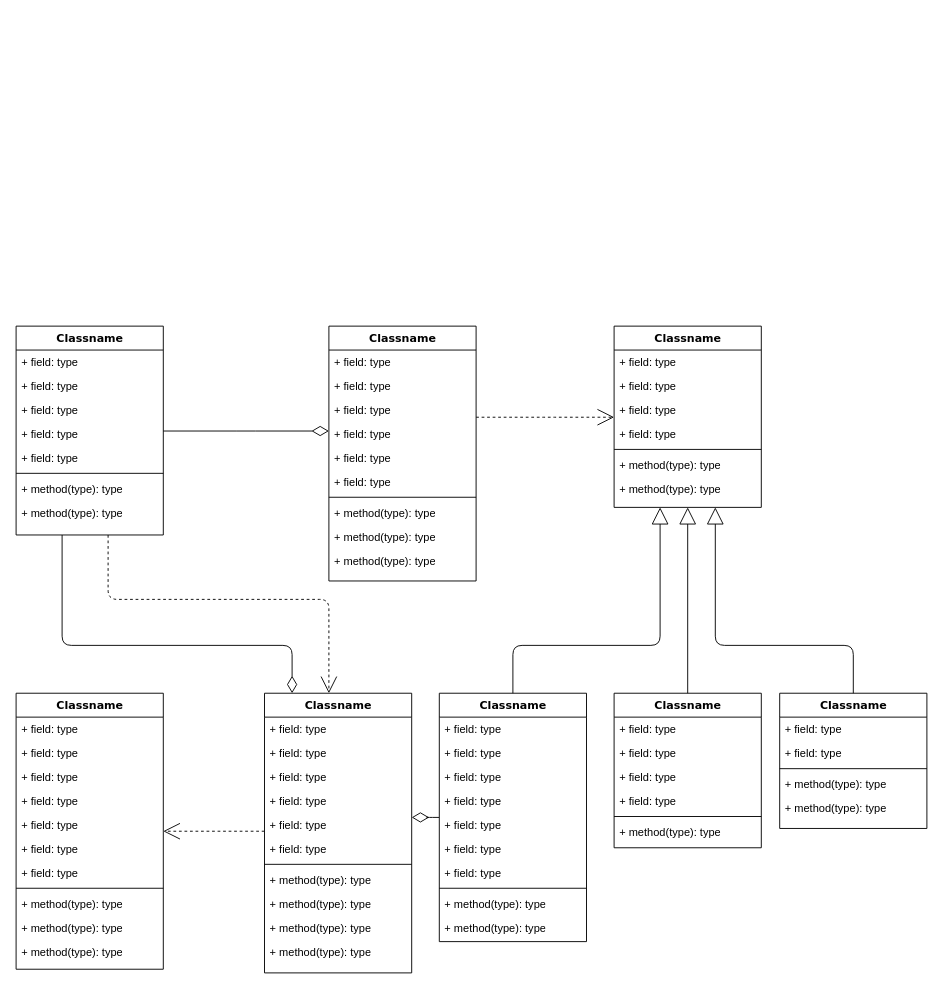
alonso284/UrbanMobilityMultiAgents keeps this draw.io diagram as Diagrams/AgentModels.drawio. Above is the earlier version. Source tidied: cells renumbered, new cells numbered last; positions are measured from the earlier drawing's top-left corner, leaving out a move shared by most shapes. Both pictures are drawn from the tidied source at 92%, with x=0, y=0 at pixel (16, 326).
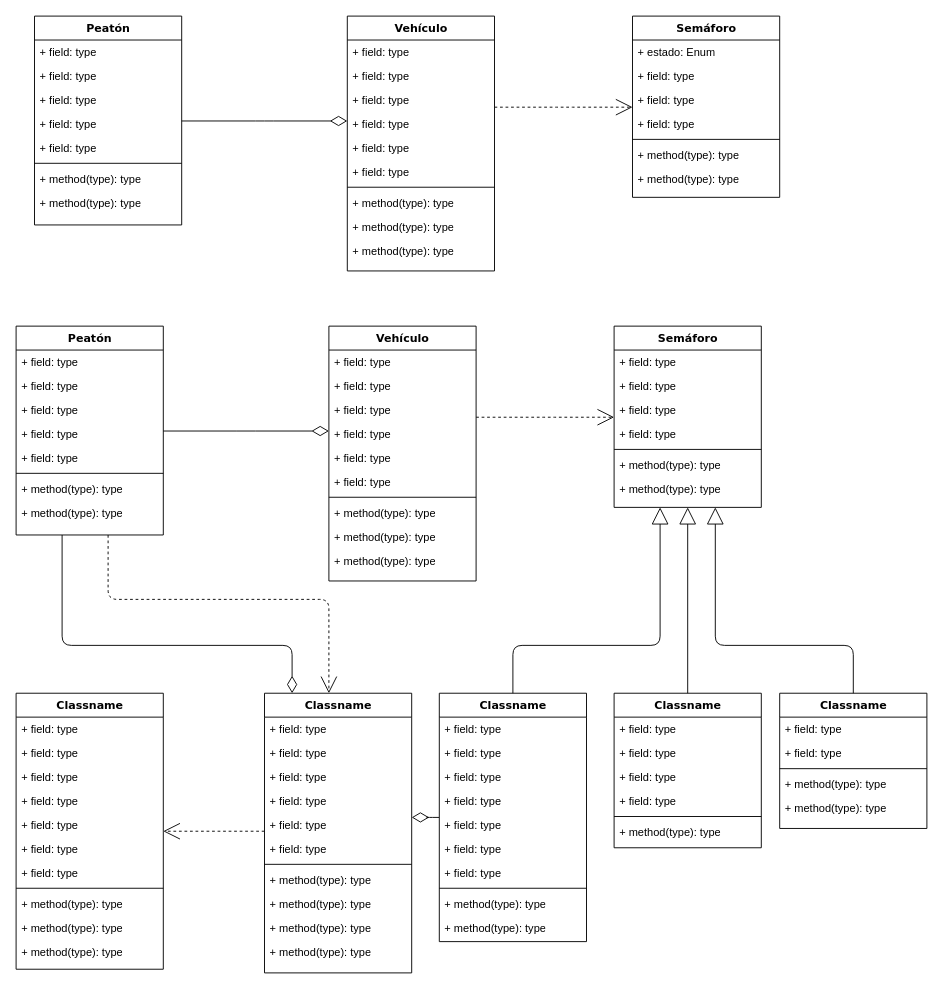
Above is the later version.

Diff of the diagram source:
```diff
@@
-    <mxCell id="4" value="Classname" style="swimlane;html=1;fontStyle=1;align=center;verticalAlign=top;horizontal=1;startSize=26;swimlaneFillColor=#ffffff;rounded=0;shadow=0;comic=0;labelBackgroundColor=none;strokeWidth=1;fillColor=none;fontFamily=Verdana;fontSize=12;" parent="1" vertex="1">
+    <mxCell id="4" value="Peatón" style="swimlane;html=1;fontStyle=1;align=center;verticalAlign=top;horizontal=1;startSize=26;swimlaneFillColor=#ffffff;rounded=0;shadow=0;comic=0;labelBackgroundColor=none;strokeWidth=1;fillColor=none;fontFamily=Verdana;fontSize=12;" parent="1" vertex="1">
       <mxGeometry width="160" height="227" as="geometry" />
     </mxCell>
@@
-    <mxCell id="14" value="Classname" style="swimlane;html=1;fontStyle=1;align=center;verticalAlign=top;horizontal=1;startSize=26;swimlaneFillColor=#ffffff;rounded=0;shadow=0;comic=0;labelBackgroundColor=none;strokeWidth=1;fillColor=none;fontFamily=Verdana;fontSize=12;" parent="1" vertex="1">
+    <mxCell id="14" value="Vehículo" style="swimlane;html=1;fontStyle=1;align=center;verticalAlign=top;horizontal=1;startSize=26;swimlaneFillColor=#ffffff;rounded=0;shadow=0;comic=0;labelBackgroundColor=none;strokeWidth=1;fillColor=none;fontFamily=Verdana;fontSize=12;" parent="1" vertex="1">
       <mxGeometry x="340" width="160" height="277" as="geometry" />
     </mxCell>
@@
-    <mxCell id="25" value="Classname" style="swimlane;html=1;fontStyle=1;align=center;verticalAlign=top;horizontal=1;startSize=26;swimlaneFillColor=#ffffff;rounded=0;shadow=0;comic=0;labelBackgroundColor=none;strokeWidth=1;fillColor=none;fontFamily=Verdana;fontSize=12;" parent="1" vertex="1">
+    <mxCell id="25" value="Semáforo" style="swimlane;html=1;fontStyle=1;align=center;verticalAlign=top;horizontal=1;startSize=26;swimlaneFillColor=#ffffff;rounded=0;shadow=0;comic=0;labelBackgroundColor=none;strokeWidth=1;fillColor=none;fontFamily=Verdana;fontSize=12;" parent="1" vertex="1">
       <mxGeometry x="650" width="160" height="197" as="geometry" />
     </mxCell>
@@
+    <mxCell id="87" value="Peatón" style="swimlane;html=1;fontStyle=1;align=center;verticalAlign=top;horizontal=1;startSize=26;swimlaneFillColor=#ffffff;rounded=0;shadow=0;comic=0;labelBackgroundColor=none;strokeWidth=1;fillColor=none;fontFamily=Verdana;fontSize=12;" parent="1" vertex="1">
+      <mxGeometry x="20" y="-337" width="160" height="227" as="geometry" />
+    </mxCell>
+    <mxCell id="88" value="+ field: type" style="text;html=1;strokeColor=none;fillColor=none;align=left;verticalAlign=top;spacingLeft=4;spacingRight=4;whiteSpace=wrap;overflow=hidden;" parent="87" vertex="1">
+      <mxGeometry y="26" width="160" height="26" as="geometry" />
+    </mxCell>
+    <mxCell id="89" value="+ field: type" style="text;html=1;strokeColor=none;fillColor=none;align=left;verticalAlign=top;spacingLeft=4;spacingRight=4;whiteSpace=wrap;overflow=hidden;" parent="87" vertex="1">
+      <mxGeometry y="52" width="160" height="26" as="geometry" />
+    </mxCell>
+    <mxCell id="90" value="+ field: type" style="text;html=1;strokeColor=none;fillColor=none;align=left;verticalAlign=top;spacingLeft=4;spacingRight=4;whiteSpace=wrap;overflow=hidden;" parent="87" vertex="1">
+      <mxGeometry y="78" width="160" height="26" as="geometry" />
+    </mxCell>
+    <mxCell id="91" value="+ field: type" style="text;html=1;strokeColor=none;fillColor=none;align=left;verticalAlign=top;spacingLeft=4;spacingRight=4;whiteSpace=wrap;overflow=hidden;" parent="87" vertex="1">
+      <mxGeometry y="104" width="160" height="26" as="geometry" />
+    </mxCell>
+    <mxCell id="92" value="+ field: type" style="text;html=1;strokeColor=none;fillColor=none;align=left;verticalAlign=top;spacingLeft=4;spacingRight=4;whiteSpace=wrap;overflow=hidden;" parent="87" vertex="1">
+      <mxGeometry y="130" width="160" height="26" as="geometry" />
+    </mxCell>
+    <mxCell id="93" style="line;html=1;strokeWidth=1;fillColor=none;align=left;verticalAlign=middle;spacingTop=-1;spacingLeft=3;spacingRight=3;labelPosition=right;" parent="87" vertex="1">
+      <mxGeometry y="156" width="160" height="8" as="geometry" />
+    </mxCell>
+    <mxCell id="94" value="+ method(type): type" style="text;html=1;strokeColor=none;fillColor=none;align=left;verticalAlign=top;spacingLeft=4;spacingRight=4;whiteSpace=wrap;overflow=hidden;" parent="87" vertex="1">
+      <mxGeometry y="164" width="160" height="26" as="geometry" />
+    </mxCell>
+    <mxCell id="95" value="+ method(type): type" style="text;html=1;strokeColor=none;fillColor=none;align=left;verticalAlign=top;spacingLeft=4;spacingRight=4;whiteSpace=wrap;overflow=hidden;" parent="87" vertex="1">
+      <mxGeometry y="190" width="160" height="26" as="geometry" />
+    </mxCell>
+    <mxCell id="96" style="edgeStyle=elbowEdgeStyle;html=1;labelBackgroundColor=none;startFill=0;startSize=8;endArrow=open;endFill=0;endSize=16;fontFamily=Verdana;fontSize=12;elbow=vertical;dashed=1;" parent="1" edge="1" source="97" target="108">
+      <mxGeometry relative="1" as="geometry" />
+    </mxCell>
+    <mxCell id="97" value="Vehículo" style="swimlane;html=1;fontStyle=1;align=center;verticalAlign=top;horizontal=1;startSize=26;swimlaneFillColor=#ffffff;rounded=0;shadow=0;comic=0;labelBackgroundColor=none;strokeWidth=1;fillColor=none;fontFamily=Verdana;fontSize=12;" parent="1" vertex="1">
+      <mxGeometry x="360" y="-337" width="160" height="277" as="geometry" />
+    </mxCell>
+    <mxCell id="98" value="+ field: type" style="text;html=1;strokeColor=none;fillColor=none;align=left;verticalAlign=top;spacingLeft=4;spacingRight=4;whiteSpace=wrap;overflow=hidden;" parent="97" vertex="1">
+      <mxGeometry y="26" width="160" height="26" as="geometry" />
+    </mxCell>
+    <mxCell id="99" value="+ field: type" style="text;html=1;strokeColor=none;fillColor=none;align=left;verticalAlign=top;spacingLeft=4;spacingRight=4;whiteSpace=wrap;overflow=hidden;" parent="97" vertex="1">
+      <mxGeometry y="52" width="160" height="26" as="geometry" />
+    </mxCell>
+    <mxCell id="100" value="+ field: type" style="text;html=1;strokeColor=none;fillColor=none;align=left;verticalAlign=top;spacingLeft=4;spacingRight=4;whiteSpace=wrap;overflow=hidden;" parent="97" vertex="1">
+      <mxGeometry y="78" width="160" height="26" as="geometry" />
+    </mxCell>
+    <mxCell id="101" value="+ field: type" style="text;html=1;strokeColor=none;fillColor=none;align=left;verticalAlign=top;spacingLeft=4;spacingRight=4;whiteSpace=wrap;overflow=hidden;" parent="97" vertex="1">
+      <mxGeometry y="104" width="160" height="26" as="geometry" />
+    </mxCell>
+    <mxCell id="102" value="+ field: type" style="text;html=1;strokeColor=none;fillColor=none;align=left;verticalAlign=top;spacingLeft=4;spacingRight=4;whiteSpace=wrap;overflow=hidden;" parent="97" vertex="1">
+      <mxGeometry y="130" width="160" height="26" as="geometry" />
+    </mxCell>
+    <mxCell id="103" value="+ field: type" style="text;html=1;strokeColor=none;fillColor=none;align=left;verticalAlign=top;spacingLeft=4;spacingRight=4;whiteSpace=wrap;overflow=hidden;" parent="97" vertex="1">
+      <mxGeometry y="156" width="160" height="26" as="geometry" />
+    </mxCell>
+    <mxCell id="104" style="line;html=1;strokeWidth=1;fillColor=none;align=left;verticalAlign=middle;spacingTop=-1;spacingLeft=3;spacingRight=3;labelPosition=right;" parent="97" vertex="1">
+      <mxGeometry y="182" width="160" height="8" as="geometry" />
+    </mxCell>
+    <mxCell id="105" value="+ method(type): type" style="text;html=1;strokeColor=none;fillColor=none;align=left;verticalAlign=top;spacingLeft=4;spacingRight=4;whiteSpace=wrap;overflow=hidden;" parent="97" vertex="1">
+      <mxGeometry y="190" width="160" height="26" as="geometry" />
+    </mxCell>
+    <mxCell id="106" value="+ method(type): type" style="text;html=1;strokeColor=none;fillColor=none;align=left;verticalAlign=top;spacingLeft=4;spacingRight=4;whiteSpace=wrap;overflow=hidden;" parent="97" vertex="1">
+      <mxGeometry y="216" width="160" height="26" as="geometry" />
+    </mxCell>
+    <mxCell id="107" value="+ method(type): type" style="text;html=1;strokeColor=none;fillColor=none;align=left;verticalAlign=top;spacingLeft=4;spacingRight=4;whiteSpace=wrap;overflow=hidden;" parent="97" vertex="1">
+      <mxGeometry y="242" width="160" height="26" as="geometry" />
+    </mxCell>
+    <mxCell id="108" value="Semáforo" style="swimlane;html=1;fontStyle=1;align=center;verticalAlign=top;horizontal=1;startSize=26;swimlaneFillColor=#ffffff;rounded=0;shadow=0;comic=0;labelBackgroundColor=none;strokeWidth=1;fillColor=none;fontFamily=Verdana;fontSize=12;" parent="1" vertex="1">
+      <mxGeometry x="670" y="-337" width="160" height="197" as="geometry" />
+    </mxCell>
+    <mxCell id="109" value="+ estado: Enum" style="text;html=1;strokeColor=none;fillColor=none;align=left;verticalAlign=top;spacingLeft=4;spacingRight=4;whiteSpace=wrap;overflow=hidden;" parent="108" vertex="1">
+      <mxGeometry y="26" width="160" height="26" as="geometry" />
+    </mxCell>
+    <mxCell id="110" value="+ field: type" style="text;html=1;strokeColor=none;fillColor=none;align=left;verticalAlign=top;spacingLeft=4;spacingRight=4;whiteSpace=wrap;overflow=hidden;" parent="108" vertex="1">
+      <mxGeometry y="52" width="160" height="26" as="geometry" />
+    </mxCell>
+    <mxCell id="111" value="+ field: type" style="text;html=1;strokeColor=none;fillColor=none;align=left;verticalAlign=top;spacingLeft=4;spacingRight=4;whiteSpace=wrap;overflow=hidden;" parent="108" vertex="1">
+      <mxGeometry y="78" width="160" height="26" as="geometry" />
+    </mxCell>
+    <mxCell id="112" value="+ field: type" style="text;html=1;strokeColor=none;fillColor=none;align=left;verticalAlign=top;spacingLeft=4;spacingRight=4;whiteSpace=wrap;overflow=hidden;" parent="108" vertex="1">
+      <mxGeometry y="104" width="160" height="26" as="geometry" />
+    </mxCell>
+    <mxCell id="113" style="line;html=1;strokeWidth=1;fillColor=none;align=left;verticalAlign=middle;spacingTop=-1;spacingLeft=3;spacingRight=3;labelPosition=right;" parent="108" vertex="1">
+      <mxGeometry y="130" width="160" height="8" as="geometry" />
+    </mxCell>
+    <mxCell id="114" value="+ method(type): type" style="text;html=1;strokeColor=none;fillColor=none;align=left;verticalAlign=top;spacingLeft=4;spacingRight=4;whiteSpace=wrap;overflow=hidden;" parent="108" vertex="1">
+      <mxGeometry y="138" width="160" height="26" as="geometry" />
+    </mxCell>
+    <mxCell id="115" value="+ method(type): type" style="text;html=1;strokeColor=none;fillColor=none;align=left;verticalAlign=top;spacingLeft=4;spacingRight=4;whiteSpace=wrap;overflow=hidden;" parent="108" vertex="1">
+      <mxGeometry y="164" width="160" height="26" as="geometry" />
+    </mxCell>
+    <mxCell id="116" style="edgeStyle=elbowEdgeStyle;html=1;labelBackgroundColor=none;startFill=0;startSize=8;endArrow=diamondThin;endFill=0;endSize=16;fontFamily=Verdana;fontSize=12;elbow=vertical;" parent="1" edge="1" source="87" target="97">
+      <mxGeometry relative="1" as="geometry" />
+    </mxCell>
```
